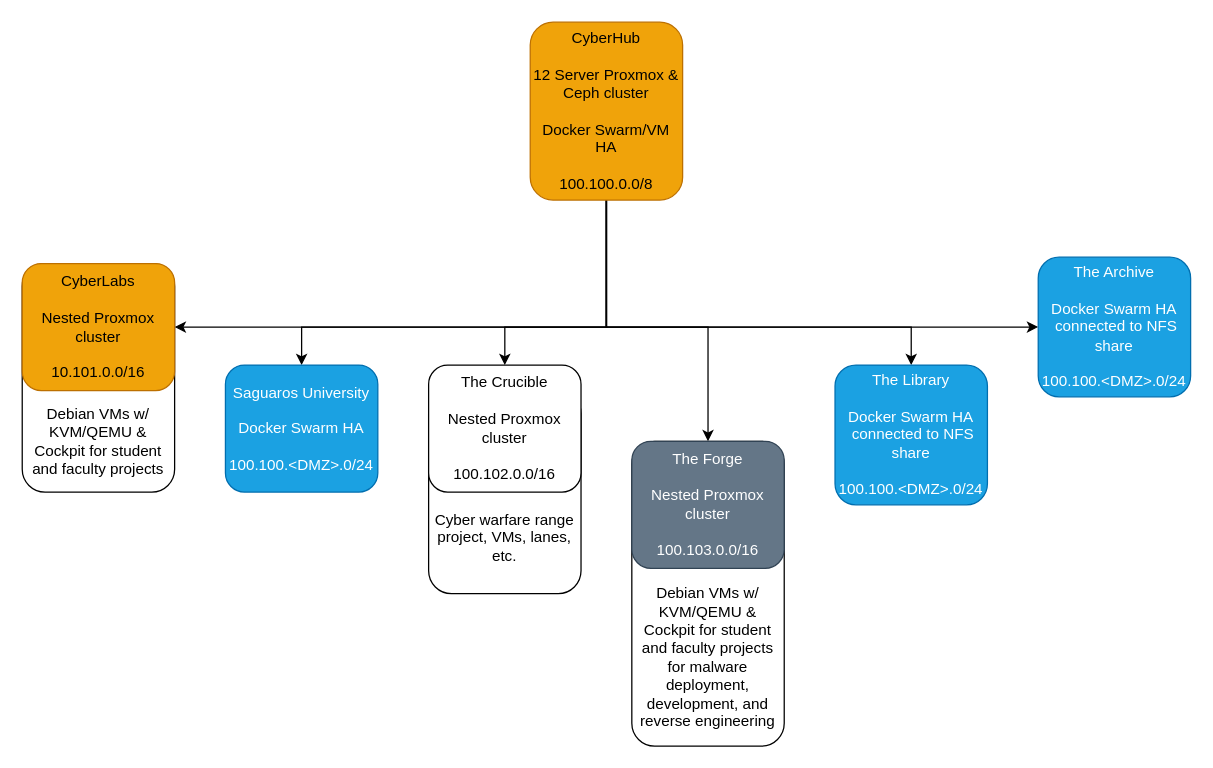
Before: resources/draw.io/CyberHub-Architecture-v1.0.drawio in echumley/Saguaros-CyberHub, a draw.io diagram. Source tidied: cells renumbered, new cells numbered last; positions are measured from the earlier drawing's top-left corner, leaving out a move shared by most shapes. Both pictures are drawn from the tidied source at 127%, with x=0, y=0 at pixel (22, 22).
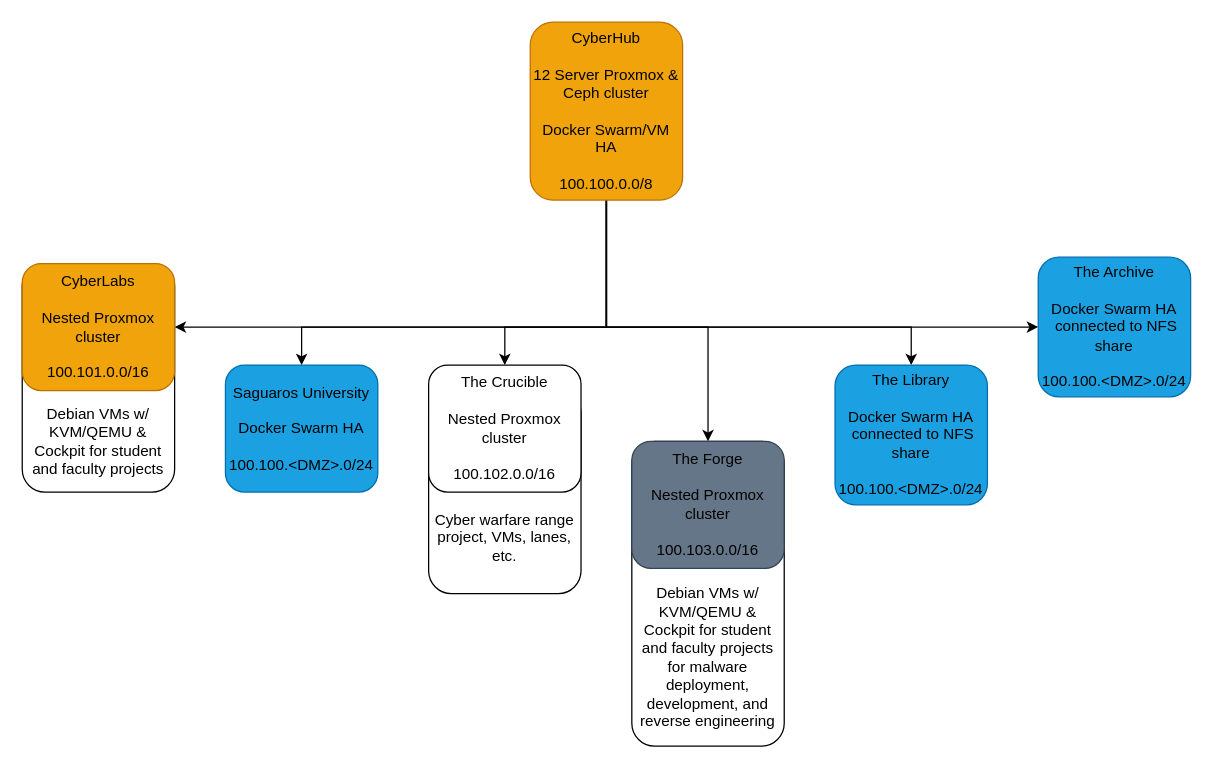
After the change.

The change refers to these unchanged cells:
```xml
<mxCell id="14" style="group;" parent="1" vertex="1">
  <mxGeometry y="190" width="120" height="180" as="geometry" />
</mxCell>
```

The edit, as a diff of the source:
```diff
@@
-    <mxCell id="10" value="&lt;div&gt;Saguaros University&lt;/div&gt;&lt;div&gt;&lt;br&gt;&lt;/div&gt;&lt;div&gt;Docker Swarm HA&lt;/div&gt;&lt;div&gt;&lt;br&gt;&lt;/div&gt;&lt;div&gt;100.100.&amp;lt;DMZ&amp;gt;.0/24&lt;/div&gt;" style="rounded=1;whiteSpace=wrap;html=1;fillColor=#1ba1e2;strokeColor=#006EAF;fontColor=#ffffff;" parent="1" vertex="1">
+    <mxCell id="10" value="&lt;div&gt;Saguaros University&lt;/div&gt;&lt;div&gt;&lt;br&gt;&lt;/div&gt;&lt;div&gt;Docker Swarm HA&lt;/div&gt;&lt;div&gt;&lt;br&gt;&lt;/div&gt;&lt;div&gt;100.100.&amp;lt;DMZ&amp;gt;.0/24&lt;/div&gt;" style="rounded=1;whiteSpace=wrap;html=1;fillColor=#1ba1e2;strokeColor=#006EAF;fontColor=#000000;" parent="1" vertex="1">
       <mxGeometry x="160" y="270" width="120" height="100" as="geometry" />
     </mxCell>
-    <mxCell id="11" value="&lt;div&gt;The Library&lt;/div&gt;&lt;div&gt;&lt;br&gt;&lt;/div&gt;&lt;div&gt;&lt;div&gt;Docker Swarm HA&lt;/div&gt;&amp;nbsp;connected to NFS share&lt;/div&gt;&lt;div&gt;&lt;br&gt;&lt;/div&gt;&lt;div&gt;&lt;div&gt;100.100.&amp;lt;DMZ&amp;gt;.0/24&lt;/div&gt;&lt;/div&gt;" style="rounded=1;whiteSpace=wrap;html=1;fillColor=#1ba1e2;strokeColor=#006EAF;fontColor=#ffffff;" parent="1" vertex="1">
+    <mxCell id="11" value="&lt;div&gt;The Library&lt;/div&gt;&lt;div&gt;&lt;br&gt;&lt;/div&gt;&lt;div&gt;&lt;div&gt;Docker Swarm HA&lt;/div&gt;&amp;nbsp;connected to NFS share&lt;/div&gt;&lt;div&gt;&lt;br&gt;&lt;/div&gt;&lt;div&gt;&lt;div&gt;100.100.&amp;lt;DMZ&amp;gt;.0/24&lt;/div&gt;&lt;/div&gt;" style="rounded=1;whiteSpace=wrap;html=1;fillColor=#1ba1e2;strokeColor=#006EAF;fontColor=#000000;" parent="1" vertex="1">
       <mxGeometry x="640" y="270" width="120" height="110" as="geometry" />
     </mxCell>
-    <mxCell id="12" value="&lt;div&gt;The Archive&lt;/div&gt;&lt;div&gt;&lt;br&gt;&lt;/div&gt;&lt;div&gt;&lt;div&gt;Docker Swarm HA&lt;/div&gt;&amp;nbsp;connected to NFS share&lt;/div&gt;&lt;div&gt;&lt;br&gt;&lt;/div&gt;&lt;div&gt;&lt;div&gt;100.100.&amp;lt;DMZ&amp;gt;.0/24&lt;/div&gt;&lt;/div&gt;" style="rounded=1;whiteSpace=wrap;html=1;fillColor=#1ba1e2;strokeColor=#006EAF;fontColor=#ffffff;" parent="1" vertex="1">
+    <mxCell id="12" value="&lt;div&gt;The Archive&lt;/div&gt;&lt;div&gt;&lt;br&gt;&lt;/div&gt;&lt;div&gt;&lt;div&gt;Docker Swarm HA&lt;/div&gt;&amp;nbsp;connected to NFS share&lt;/div&gt;&lt;div&gt;&lt;br&gt;&lt;/div&gt;&lt;div&gt;&lt;div&gt;100.100.&amp;lt;DMZ&amp;gt;.0/24&lt;/div&gt;&lt;/div&gt;" style="rounded=1;whiteSpace=wrap;html=1;fillColor=#1ba1e2;strokeColor=#006EAF;fontColor=#000000;" parent="1" vertex="1">
       <mxGeometry x="800" y="185" width="120" height="110" as="geometry" />
     </mxCell>
-    <mxCell id="13" value="&lt;div&gt;The Forge&lt;/div&gt;&lt;div&gt;&lt;br&gt;&lt;/div&gt;&lt;div&gt;Nested Proxmox cluster&lt;/div&gt;&lt;div&gt;&lt;br&gt;&lt;/div&gt;&lt;div&gt;&lt;div&gt;100.103.0.0/16&lt;/div&gt;&lt;/div&gt;" style="rounded=1;whiteSpace=wrap;html=1;fillColor=#647687;strokeColor=#314354;fontColor=#ffffff;" parent="1" vertex="1">
+    <mxCell id="13" value="&lt;div&gt;The Forge&lt;/div&gt;&lt;div&gt;&lt;br&gt;&lt;/div&gt;&lt;div&gt;Nested Proxmox cluster&lt;/div&gt;&lt;div&gt;&lt;br&gt;&lt;/div&gt;&lt;div&gt;&lt;div&gt;100.103.0.0/16&lt;/div&gt;&lt;/div&gt;" style="rounded=1;whiteSpace=wrap;html=1;fillColor=#647687;strokeColor=#314354;fontColor=#000000;" parent="1" vertex="1">
       <mxGeometry x="480" y="330" width="120" height="100" as="geometry" />
     </mxCell>
@@
-    <mxCell id="16" value="&lt;div&gt;CyberLabs&lt;/div&gt;&lt;div&gt;&lt;br&gt;&lt;/div&gt;&lt;div&gt;Nested Proxmox cluster&lt;/div&gt;&lt;div&gt;&lt;br&gt;&lt;/div&gt;&lt;div&gt;10.101.0.0/16&lt;/div&gt;" style="rounded=1;whiteSpace=wrap;html=1;fillColor=#f0a30a;strokeColor=#BD7000;fontColor=#000000;" parent="14" vertex="1">
+    <mxCell id="16" value="&lt;div&gt;CyberLabs&lt;/div&gt;&lt;div&gt;&lt;br&gt;&lt;/div&gt;&lt;div&gt;Nested Proxmox cluster&lt;/div&gt;&lt;div&gt;&lt;br&gt;&lt;/div&gt;&lt;div&gt;100.101.0.0/16&lt;/div&gt;" style="rounded=1;whiteSpace=wrap;html=1;fillColor=#f0a30a;strokeColor=#BD7000;fontColor=#000000;" parent="14" vertex="1">
       <mxGeometry width="120" height="100" as="geometry" />
     </mxCell>
```
